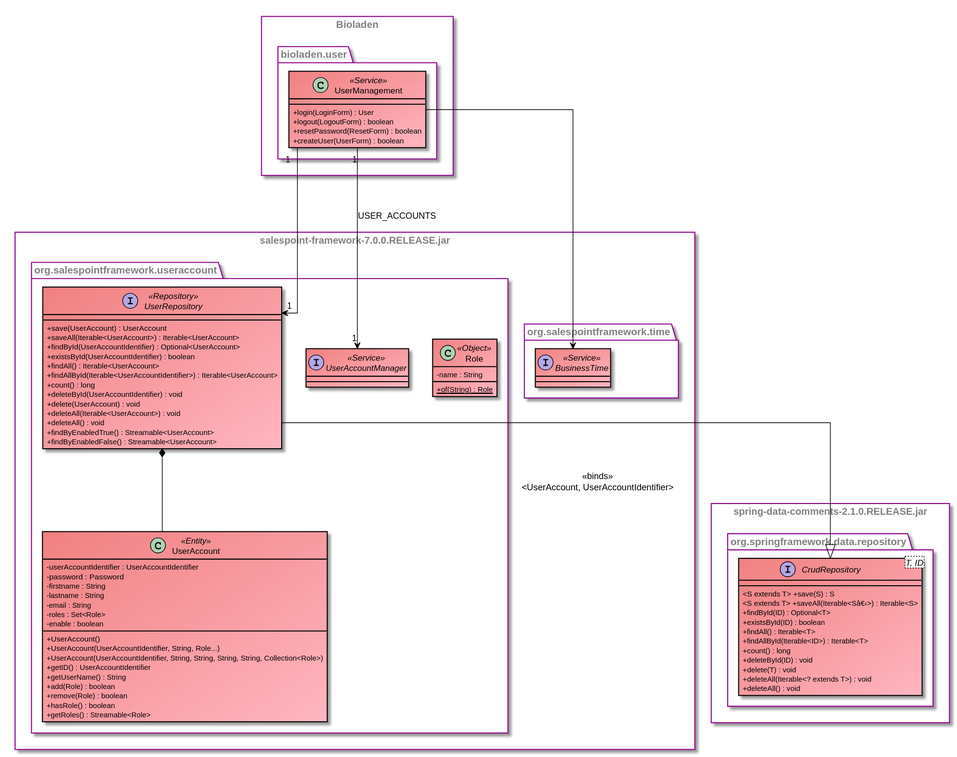
LimitlessGreen/swt18w43 keeps this PlantUML diagram as src/main/asciidoc/models/design/DesignUserDepartment.svg. Above is the earlier version.
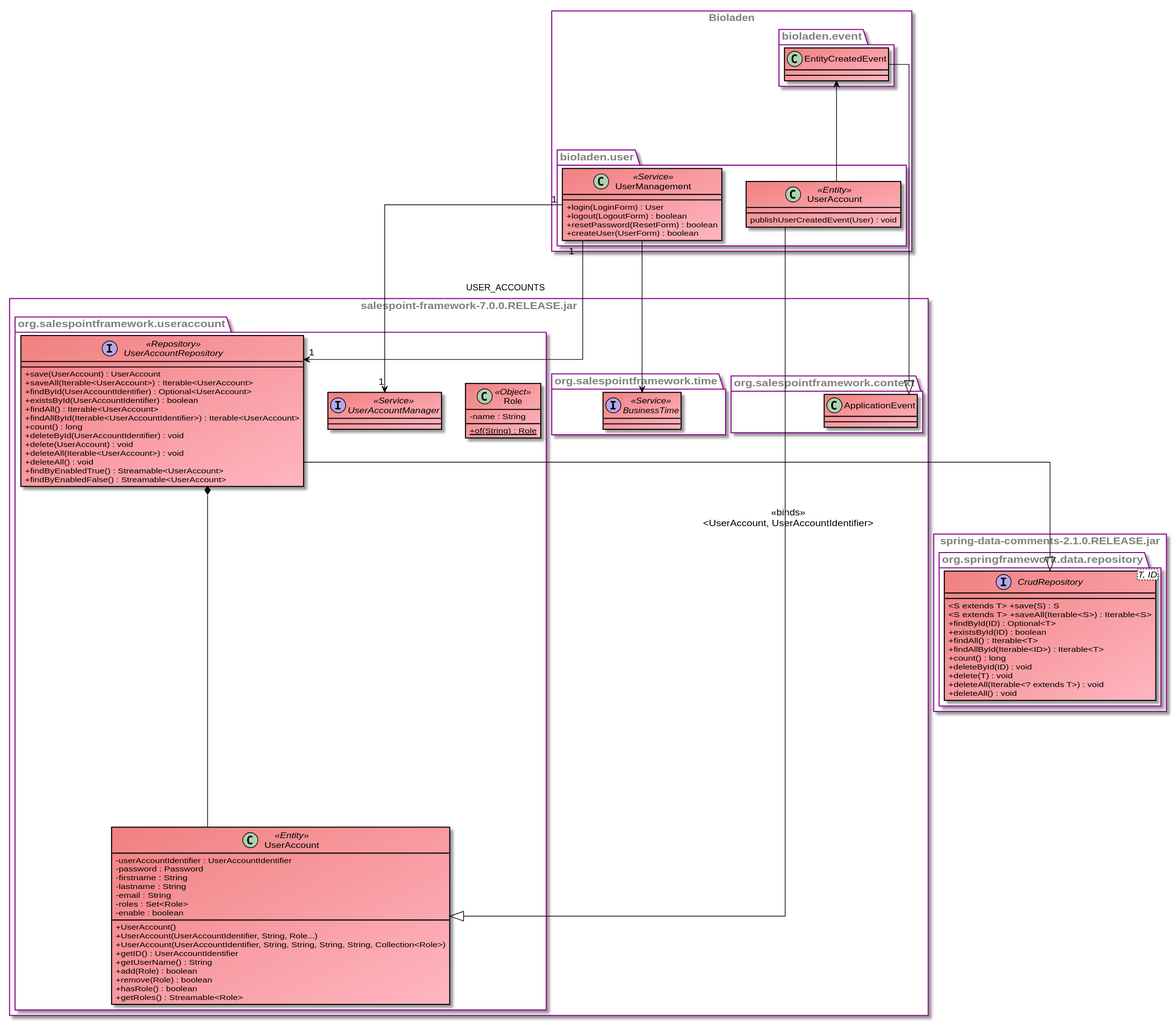
After the change.

Commit message:
[Design] added Events

Change to the diagram source:
```diff
@@ -16,7 +16,7 @@
 
 rectangle salespoint-framework-7.0.0.RELEASE.jar {
 
-    package org.salespointframework.useraccount {
+    namespace org.salespointframework.useraccount {
         class UserAccount <<Entity>>{
             -userAccountIdentifier : UserAccountIdentifier
             -password : Password
@@ -43,7 +43,7 @@
             +{static} of(String) : Role
         }
 
-        interface UserRepository <<Repository>> {
+        interface UserAccountRepository <<Repository>> {
             +save(UserAccount) : UserAccount
             +saveAll(Iterable<UserAccount>) : Iterable<UserAccount>
             +findById(UserAccountIdentifier) : Optional<UserAccount>
@@ -63,6 +63,13 @@
 
     }
 
+    namespace org.salespointframework.context {
+        class ApplicationEvent {
+
+        }
+
+    }
+
     package org.salespointframework.time {
         interface BusinessTime <<Service>> {
 
@@ -75,7 +82,7 @@
 
 rectangle Bioladen {
 
-    package bioladen.user {
+    namespace bioladen.user {
 
         class UserManagement <<Service>> {
             +login(LoginForm) : User
@@ -84,9 +91,25 @@
             +createUser(UserForm) : boolean
 
         }
+
+        class UserAccount <<Entity>> {
+            publishUserCreatedEvent(User) : void
+        }
+    }
+
+    namespace bioladen.event {
+        class EntityCreatedEvent {
+
+        }
+        EntityCreatedEvent --|> org.salespointframework.context.ApplicationEvent
+
+        EntityCreatedEvent <-- bioladen.user.UserAccount
+
     }
 
 }
+
+
 
 
 
@@ -95,7 +118,7 @@
     package org.springframework.data.repository {
         interface CrudRepository <T, ID>{
             <S extends T> +save(S) : S
-            <S extends T> +saveAll(Iterable<Sâ€‹>) : Iterable<S>
+            <S extends T> +saveAll(Iterable<S​>) : Iterable<S>
             +findById(ID) : Optional<T>
             +existsById(ID) : boolean
             +findAll() : Iterable<T>
@@ -112,10 +135,12 @@
 
 
 
-UserRepository  *--  UserAccount
-UserRepository --|> CrudRepository: <<binds>>\n<UserAccount, UserAccountIdentifier>
-UserManagement "1" --> "1" UserAccountManager: \n\nUSER_ACCOUNTS
-UserManagement "1" --> "1" UserRepository
-UserManagement --> BusinessTime
+org.salespointframework.useraccount.UserAccountRepository  *--  org.salespointframework.useraccount.UserAccount
+org.salespointframework.useraccount.UserAccountRepository --|> CrudRepository: <<binds>>\n<UserAccount, UserAccountIdentifier>
+bioladen.user.UserManagement "1" --> "1" org.salespointframework.useraccount.UserAccountManager: \n\nUSER_ACCOUNTS
+bioladen.user.UserManagement "1" --> "1" org.salespointframework.useraccount.UserAccountRepository
+bioladen.user.UserManagement --> BusinessTime
+
+bioladen.user.UserAccount --|> org.salespointframework.useraccount.UserAccount
 
 @enduml
```
